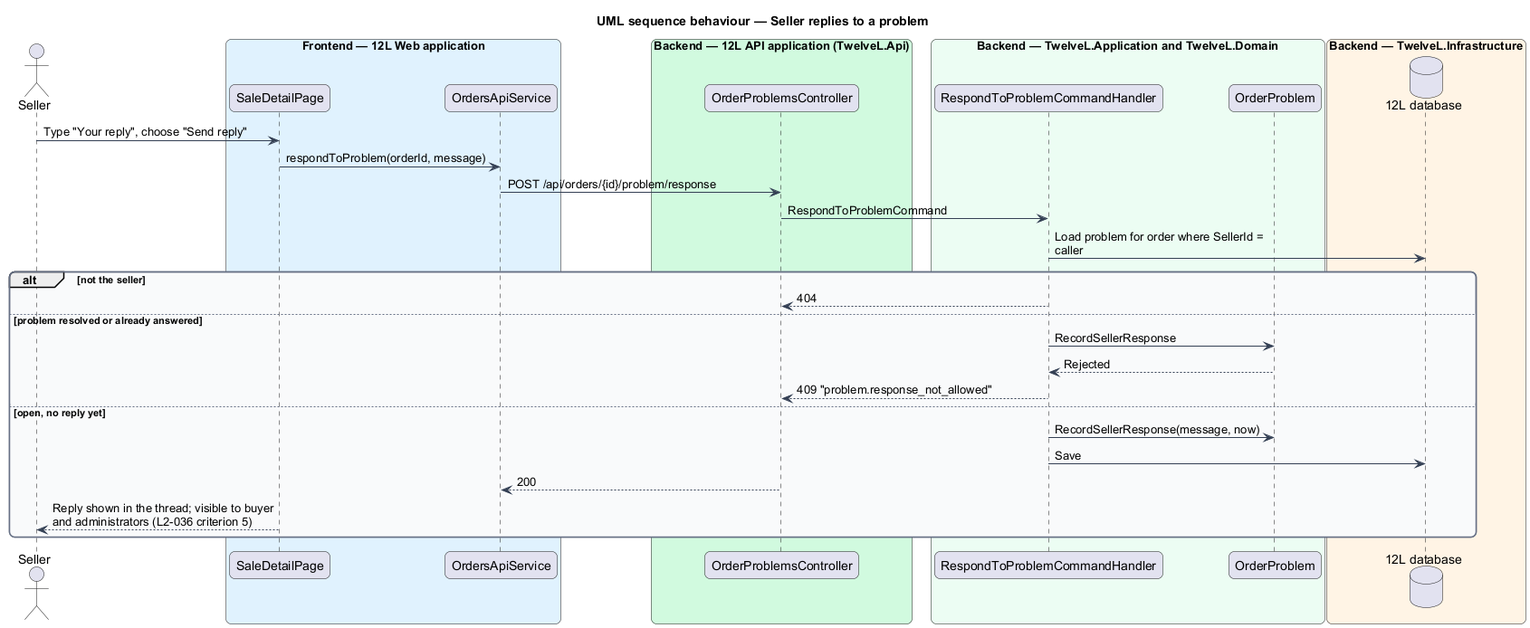
The PlantUML diagram docs/detailed-designs/orders/resolve-order-problems/diagrams/sequence-seller-response.png in QuinntyneBrown/12l, before a commit. Its diagram source:
```plantuml
@startuml
title UML sequence behaviour — Seller replies to a problem
skinparam backgroundColor #FFFFFF
skinparam shadowing false
skinparam roundcorner 12
skinparam defaultFontName Arial
skinparam ArrowColor #344054
skinparam rectangle {
  BorderColor #344054
  FontColor #101828
}
skinparam package {
  BorderColor #667085
  FontColor #101828
  BackgroundColor #F9FAFB
}
skinparam sequenceMessageAlign left
skinparam maxMessageSize 260
actor "Seller" as actor
box "Frontend — 12L Web application" #E0F2FE
  participant "SaleDetailPage" as page
  participant "OrdersApiService" as client
end box
box "Backend — 12L API application (TwelveL.Api)" #D1FADF
  participant "OrderProblemsController" as ctrl
end box
box "Backend — TwelveL.Application and TwelveL.Domain" #ECFDF3
  participant "RespondToProblemCommandHandler" as h
  participant "OrderProblem" as prob
end box
box "Backend — TwelveL.Infrastructure" #FFF4E5
  database "12L database" as db
end box
actor -> page : Type "Your reply", choose "Send reply"
page -> client : respondToProblem(orderId, message)
client -> ctrl : POST /api/orders/{id}/problem/response
ctrl -> h : RespondToProblemCommand
h -> db : Load problem for order where SellerId = caller
alt not the seller
  h --> ctrl : 404
else problem resolved or already answered
  h -> prob : RecordSellerResponse
  prob --> h : Rejected
  h --> ctrl : 409 "problem.response_not_allowed"
else open, no reply yet
  h -> prob : RecordSellerResponse(message, now)
  h -> db : Save
  ctrl --> client : 200
  page --> actor : Reply shown in the thread; visible to buyer and administrators (L2-036 criterion 5)
end
@enduml
```
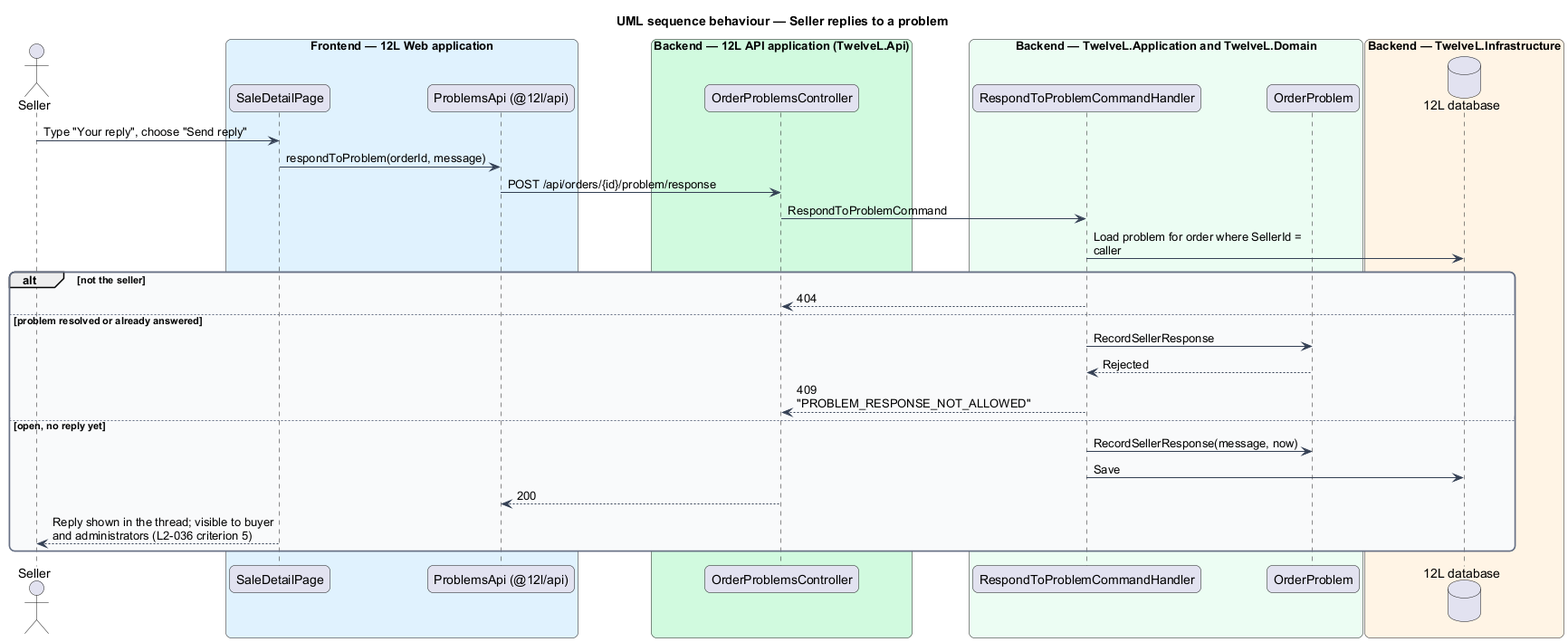
The same file after the commit.

Diff of the diagram source:
```diff
@@ -19,7 +19,7 @@
 actor "Seller" as actor
 box "Frontend — 12L Web application" #E0F2FE
   participant "SaleDetailPage" as page
-  participant "OrdersApiService" as client
+  participant "ProblemsApi (@12l/api)" as client
 end box
 box "Backend — 12L API application (TwelveL.Api)" #D1FADF
   participant "OrderProblemsController" as ctrl
@@ -41,7 +41,7 @@
 else problem resolved or already answered
   h -> prob : RecordSellerResponse
   prob --> h : Rejected
-  h --> ctrl : 409 "problem.response_not_allowed"
+  h --> ctrl : 409 "PROBLEM_RESPONSE_NOT_ALLOWED"
 else open, no reply yet
   h -> prob : RecordSellerResponse(message, now)
   h -> db : Save
```
